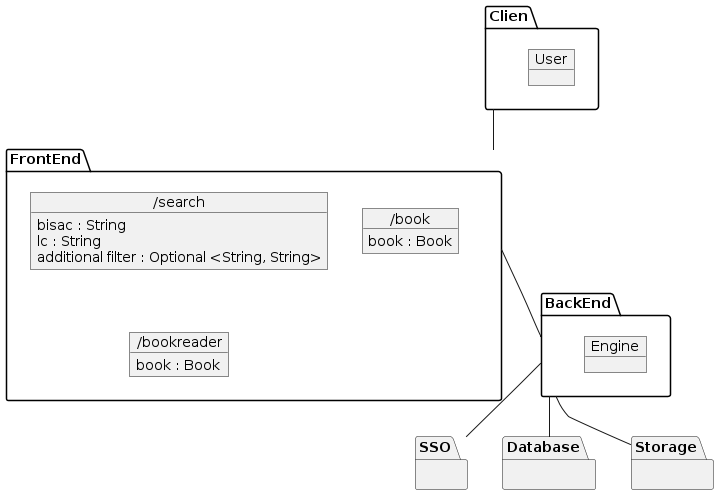
Above: diagrams/static.png in deemp/elibrary (PlantUML), before the change. Source of this version:
```plantuml
@startuml static

package Clien {
  object User {

  }
}

package FrontEnd {
  object "/search" as Search {
    bisac : String
    lc : String
    additional filter : Optional <String, String>
  }
  object "/book" as Book {
    book : Book
  }
  object "/bookreader" as Bookreader {
    book : Book
  }
}

package BackEnd {
  object Engine {

  }
}

package SSO {

}

package Database {

}

package Storage {

}

Clien -- FrontEnd
FrontEnd -- BackEnd
BackEnd -- SSO
BackEnd -- Database
BackEnd -- Storage

@enduml
```
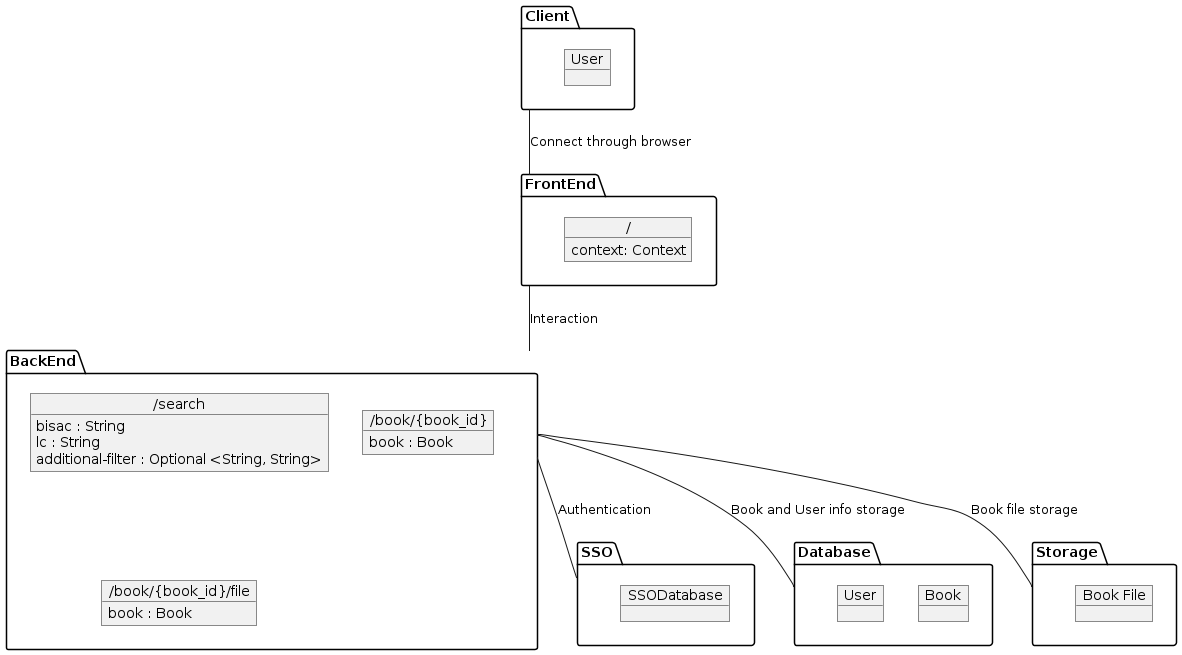
After the commit.

Commit message:
upd: uml

Change to the diagram source:
```diff
@@ -1,47 +1,51 @@
 @startuml static
 
-package Clien {
+package Client {
   object User {
-
   }
 }
 
 package FrontEnd {
-  object "/search" as Search {
+  object "/" as FEIndex {
+    context: Context
+  }
+}
+
+package BackEnd {
+  object "/search" as BESearch {
     bisac : String
     lc : String
-    additional filter : Optional <String, String>
+    additional-filter : Optional <String, String>
   }
-  object "/book" as Book {
+  object "/book/{book_id}" as BEBook {
     book : Book
   }
-  object "/bookreader" as Bookreader {
+  object "/book/{book_id}/file" as BEBookreader {
     book : Book
   }
 }
 
-package BackEnd {
-  object Engine {
-
+package SSO {
+  object SSODatabase {
   }
 }
 
-package SSO {
-
-}
-
 package Database {
-
+  object "Book" as TableBook {
+  }
+  object "User" as TableUser {
+  }
 }
 
 package Storage {
-
+  object "Book File" as FileBook {
+  }
 }
 
-Clien -- FrontEnd
-FrontEnd -- BackEnd
-BackEnd -- SSO
-BackEnd -- Database
-BackEnd -- Storage
+Client -- FrontEnd : Connect through browser
+FrontEnd -- BackEnd : Interaction
+BackEnd -- SSO : Authentication
+BackEnd -- Database : Book and User info storage
+BackEnd -- Storage : Book file storage
 
 @enduml
```
